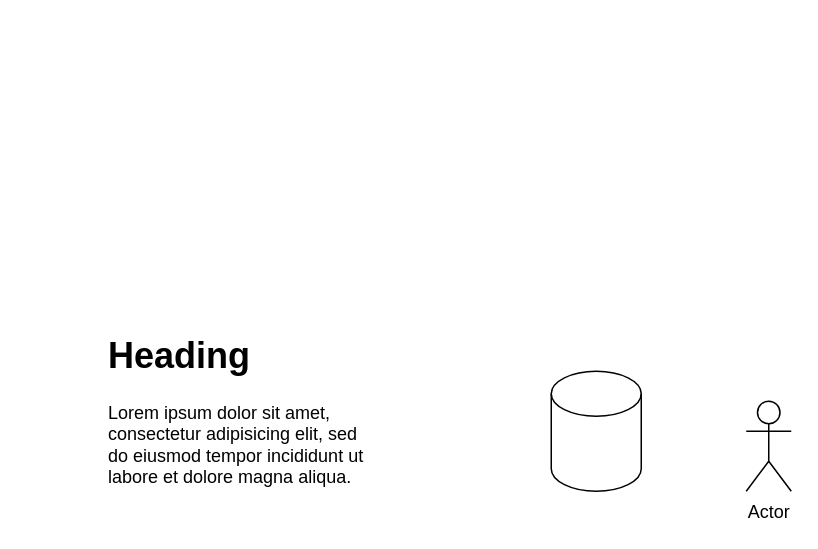
Above: еуы.drawio in aerostovtsev/test (draw.io), before the change. Source tidied: cells renumbered, new cells numbered last; positions are measured from the earlier drawing's top-left corner, leaving out a move shared by most shapes. Both pictures are drawn from the tidied source at 150%, with x=0, y=0 at pixel (100, 326).
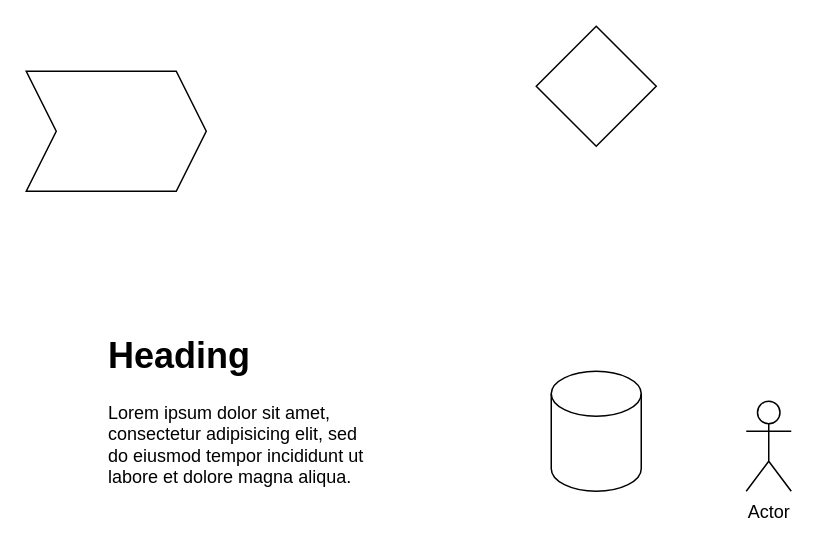
The same diagram, later.

Diff of the diagram source:
```diff
@@
 <mxGraphModel>
   <root>
     <mxCell id="0" />
     <mxCell id="1" parent="0" />
     <mxCell id="2" value="&lt;h1&gt;Heading&lt;/h1&gt;&lt;p&gt;Lorem ipsum dolor sit amet, consectetur adipisicing elit, sed do eiusmod tempor incididunt ut labore et dolore magna aliqua.&lt;/p&gt;" style="text;html=1;strokeColor=none;fillColor=none;spacing=5;spacingTop=-20;whiteSpace=wrap;overflow=hidden;rounded=0;" parent="1" vertex="1">
       <mxGeometry width="190" height="120" as="geometry" />
     </mxCell>
     <mxCell id="3" style="shape=cylinder3;whiteSpace=wrap;html=1;boundedLbl=1;backgroundOutline=1;size=15;" parent="1" vertex="1">
       <mxGeometry x="300" y="30" width="60" height="80" as="geometry" />
     </mxCell>
     <mxCell id="4" value="Actor" style="shape=umlActor;verticalLabelPosition=bottom;verticalAlign=top;html=1;" parent="1" vertex="1">
       <mxGeometry x="430" y="50" width="30" height="60" as="geometry" />
     </mxCell>
+    <mxCell id="5" style="shape=step;perimeter=stepPerimeter;whiteSpace=wrap;html=1;fixedSize=1;" parent="1" vertex="1">
+      <mxGeometry x="-50" y="-170" width="120" height="80" as="geometry" />
+    </mxCell>
+    <mxCell id="6" style="rhombus;whiteSpace=wrap;html=1;" parent="1" vertex="1">
+      <mxGeometry x="290" y="-200" width="80" height="80" as="geometry" />
+    </mxCell>
   </root>
 </mxGraphModel>
```
